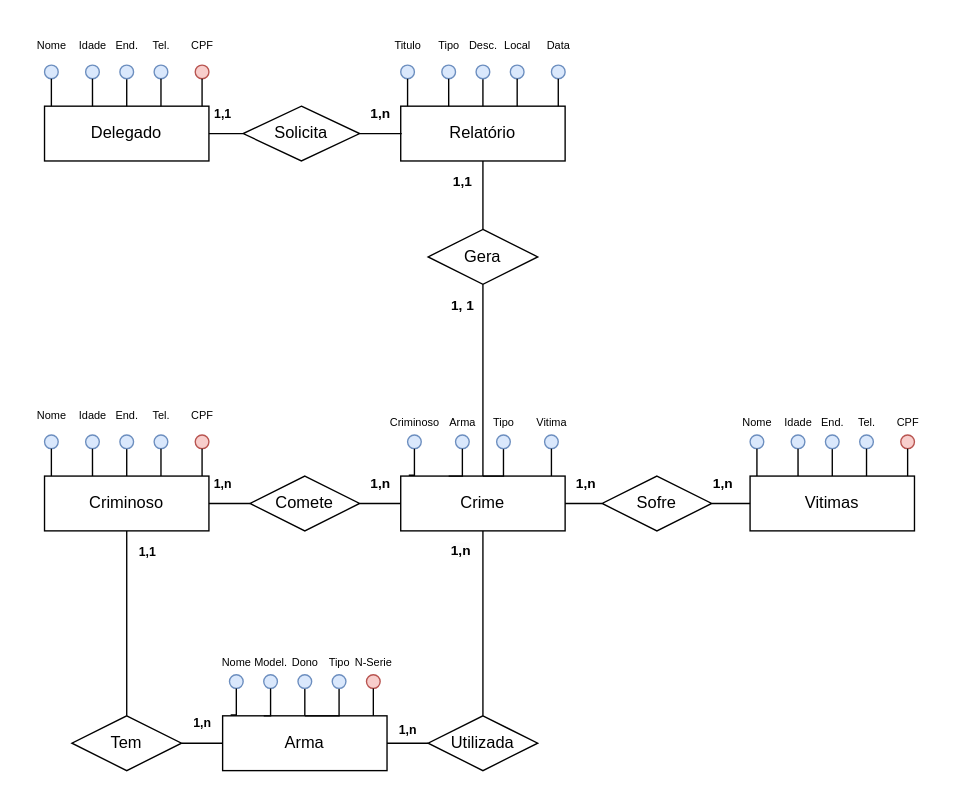
EdOc-PS/IFMG_Sistema-de-Informacao keeps this draw.io diagram as 3-Period-IFSI/Banco de Dados/ATV-Modelagem/Exercicio-4-MCBD.drawio. Above is the earlier version. Source tidied: cells renumbered, new cells numbered last; positions are measured from the earlier drawing's top-left corner, leaving out a move shared by most shapes. Both pictures are drawn from the tidied source at 137%, with x=0, y=0 at pixel (23, 23).
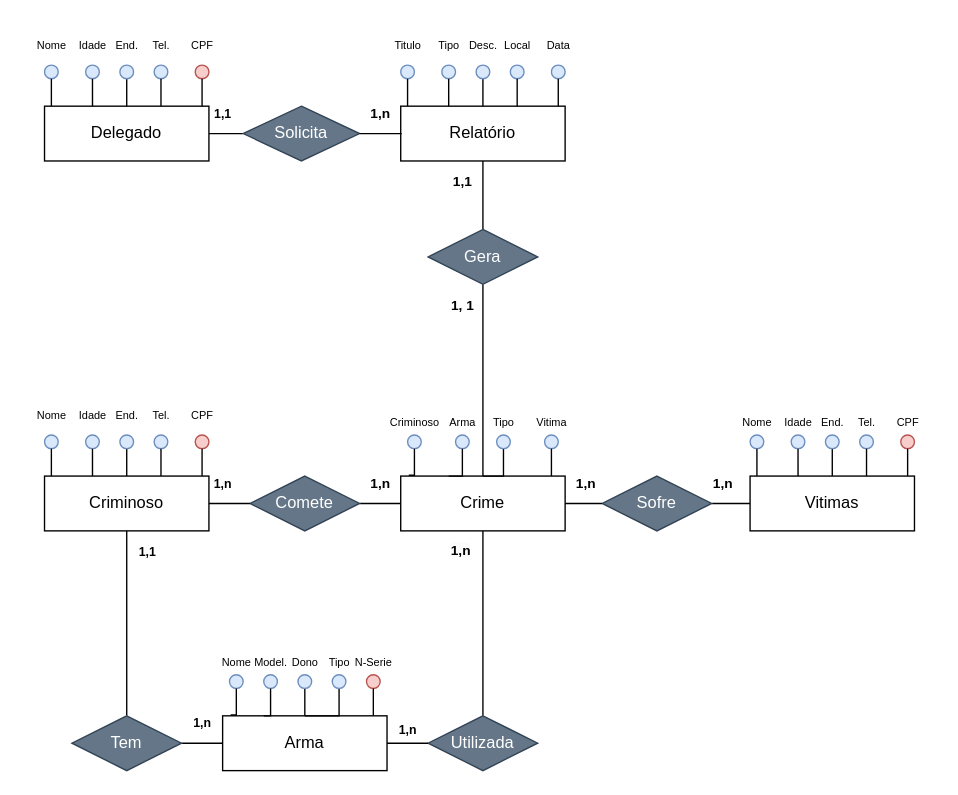
The same diagram, later.

Change to the diagram source:
```diff
@@
-    <mxCell id="62" value="Comete" style="rhombus;whiteSpace=wrap;html=1;" parent="1" vertex="1">
+    <mxCell id="62" value="Comete" style="rhombus;whiteSpace=wrap;html=1;fillColor=#647687;fontColor=#ffffff;strokeColor=#314354;" parent="1" vertex="1">
       <mxGeometry x="165" y="330" width="80" height="40" as="geometry" />
     </mxCell>
@@
-    <mxCell id="65" value="Sofre" style="rhombus;whiteSpace=wrap;html=1;" parent="1" vertex="1">
+    <mxCell id="65" value="Sofre" style="rhombus;whiteSpace=wrap;html=1;fillColor=#647687;fontColor=#ffffff;strokeColor=#314354;" parent="1" vertex="1">
       <mxGeometry x="422" y="330" width="80" height="40" as="geometry" />
     </mxCell>
@@
-    <mxCell id="72" value="&lt;span style=&quot;font-weight: normal;&quot;&gt;Utilizada&lt;/span&gt;" style="rhombus;whiteSpace=wrap;html=1;fontStyle=1;" parent="1" vertex="1">
+    <mxCell id="72" value="&lt;span style=&quot;font-weight: normal;&quot;&gt;Utilizada&lt;/span&gt;" style="rhombus;whiteSpace=wrap;html=1;fontStyle=1;fillColor=#647687;fontColor=#ffffff;strokeColor=#314354;" parent="1" vertex="1">
       <mxGeometry x="295" y="505" width="80" height="40" as="geometry" />
     </mxCell>
@@
-    <mxCell id="77" value="&lt;span style=&quot;font-weight: normal;&quot;&gt;Tem&lt;/span&gt;" style="rhombus;whiteSpace=wrap;html=1;fontStyle=1;" parent="1" vertex="1">
+    <mxCell id="77" value="&lt;span style=&quot;font-weight: normal;&quot;&gt;Tem&lt;/span&gt;" style="rhombus;whiteSpace=wrap;html=1;fontStyle=1;fillColor=#647687;fontColor=#ffffff;strokeColor=#314354;" parent="1" vertex="1">
       <mxGeometry x="35" y="505" width="80" height="40" as="geometry" />
     </mxCell>
@@
-    <mxCell id="117" value="&lt;span style=&quot;font-weight: normal;&quot;&gt;Gera&lt;/span&gt;" style="rhombus;whiteSpace=wrap;html=1;fontStyle=1;" parent="1" vertex="1">
+    <mxCell id="117" value="&lt;span style=&quot;font-weight: normal;&quot;&gt;Gera&lt;/span&gt;" style="rhombus;whiteSpace=wrap;html=1;fontStyle=1;fillColor=#647687;fontColor=#ffffff;strokeColor=#314354;" parent="1" vertex="1">
       <mxGeometry x="295" y="150" width="80" height="40" as="geometry" />
     </mxCell>
@@
-    <mxCell id="119" value="Solicita" style="rhombus;whiteSpace=wrap;html=1;" parent="1" vertex="1">
+    <mxCell id="119" value="Solicita" style="rhombus;whiteSpace=wrap;html=1;fillColor=#647687;fontColor=#ffffff;strokeColor=#314354;" parent="1" vertex="1">
       <mxGeometry x="160" y="60" width="85" height="40" as="geometry" />
     </mxCell>
```
